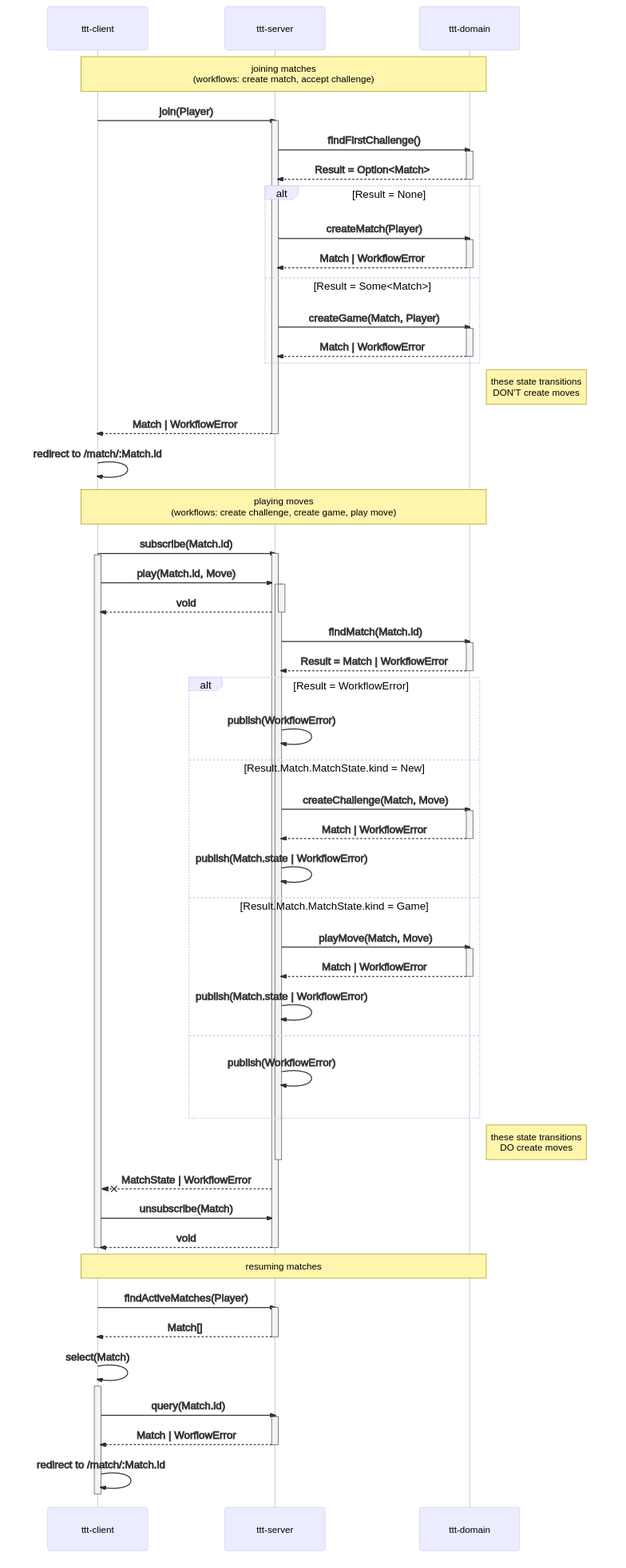
grancalavera/ttt keeps this Mermaid diagram as ttt-docs/images/sequence.png. Above is the earlier version. Its source is kept beside it as ttt-docs/src/sequence.mmd.
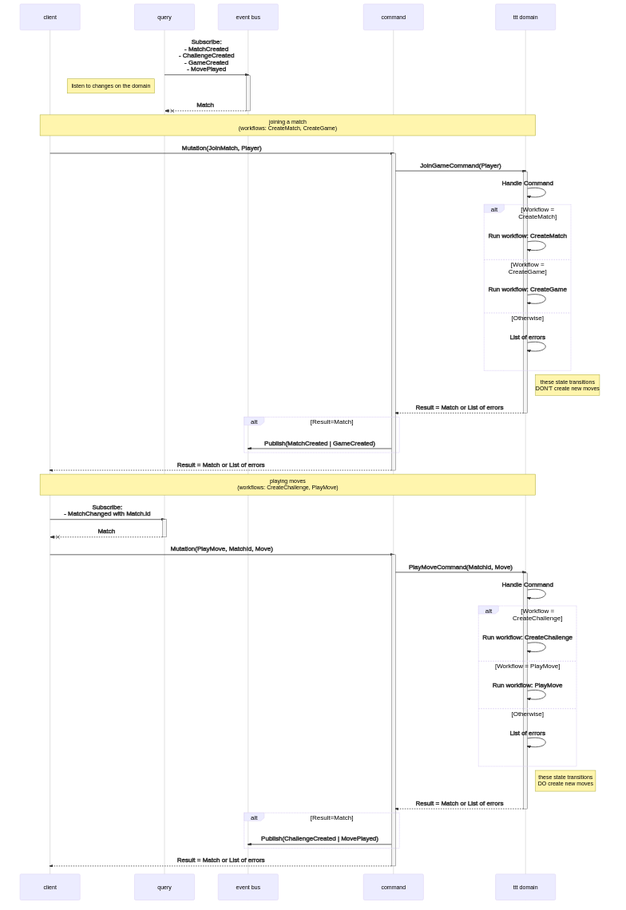
Above is the later version.

Commit message:
update sequence diagram

Diff of the diagram source:
```diff
@@ -1,77 +1,71 @@
 sequenceDiagram
-  participant c as ttt-client
-  participant s as ttt-server
-  participant d as ttt-domain
+  participant c as client
+  participant q as query
+  participant b as event bus
+  participant s as command
+  participant d as ttt domain
 
-  note over c,d: joining matches <br />(workflows: create match, accept challenge)
-
-  c->>+s: join(Player)
-
-    s->>+d: findFirstChallenge()
-    d-->>-s: Result = Option<Match>
-
-    alt Result = None
-      s->>+d: createMatch(Player)
-      d-->>-s: Match | WorkflowError
-
-    else Result = Some<Match>
-      s->>+d: createGame(Match, Player)
-
-      d-->>-s: Match | WorkflowError
-    end
-      note right of d: these state transitions <br /> DON'T create moves
-
-  s-->>-c: Match | WorkflowError
-
-  c->>c: redirect to /match/:Match.id
-
-  note over c,d: playing moves <br />(workflows: create challenge, create game, play move)
-
-  c->>+s: subscribe(Match.id)
-  activate c
-
-  c->>+s: play(Match.id, Move)
-  activate s
-  s-->>-c: void
-
-  s->>+d: findMatch(Match.id)
-  d-->>-s: Result = Match | WorkflowError
-
-  alt Result = WorkflowError
-    s->>s: publish(WorkflowError)
-
-  else Result.Match.MatchState.kind = New
-    s->>+d: createChallenge(Match, Move)
-    d-->>-s: Match | WorkflowError
-    s->>s: publish(Match.state | WorkflowError)
-
-  else Result.Match.MatchState.kind = Game
-    s->>+d: playMove(Match, Move)
-    d-->>-s: Match | WorkflowError
-    s->>s: publish(Match.state | WorkflowError)
+  q->>+b: Subscribe:<br>- MatchCreated<br>- ChallengeCreated<br>- GameCreated<br> - MoveCreated
+  note left of q: listen to changes on the domain
+  b--x-q: Match
 
 
-  else
-    s->>s: publish(WorkflowError)
-  end
 
-  note right of d: these state transitions <br /> DO create moves
 
-  deactivate s
+  note over c,d: joining a match<br />(workflows: CreateMatch, CreateGame)
 
-  s--xc: MatchState | WorkflowError
-  c->>s: unsubscribe(Match)
-  s-->>-c: void
-  deactivate c
+  c->>+s: Mutation(JoinMatch, Player)
+    s->>d: JoinGameCommand(Player)
 
-  note over c,d: resuming matches
+      activate d
 
-  c->>+s: findActiveMatches(Player)
-  s-->>-c: Match[]
+      d->>d: Handle Command
+        alt Workflow = CreateMatch
+          d->>d: Run workflow: CreateMatch
+        else Workflow = CreateGame
+          d ->>d: Run workflow: CreateGame
+        else Otherwise
+          d ->>d: List of errors
+        end
+        note right of d: these state transitions <br /> DON'T create new moves
+      d-->>s: Result = Match or List of errors
 
-  c->>c: select(Match)
-  activate c
-  c->>+s: query(Match.id)
-  s-->>-c: Match | WorflowError
-  c->>c: redirect to /match/:Match.id
-  deactivate c
+      deactivate d
+
+    alt Result=Match
+      s->>b: Publish(MatchCreated | GameCreated)
+    end
+
+  s-->>-c: Result = Match or List of errors
+
+
+
+
+  note over c,d: playing moves <br />(workflows: CreateChallenge, PlayMove)
+  c->>+q: Subscribe:<br>- MatchChanged with Match.id
+  q--x-c: Match
+
+  c->>+s: Mutation(PlayMove, MatchId, Move)
+    s->>d: PlayMoveCommand(MatchId, Move)
+
+
+      activate d
+
+      d->>d: Handle Command
+        alt Workflow = CreateChallenge
+          d->>d: Run workflow: CreateChallenge
+        else Workflow = CreateMove
+          d ->>d: Run workflow: CreateMove
+        else Otherwise
+          d ->>d: List of errors
+        end
+        note right of d: these state transitions <br /> DO create new moves
+      d-->>s: Result = Match or List of errors
+
+      deactivate d
+
+    alt Result=Match
+      s->>b: Publish(ChallengeCreated | MoveCreated)
+    end
+
+  s-->>-c: Result = Match or List of errors
```
